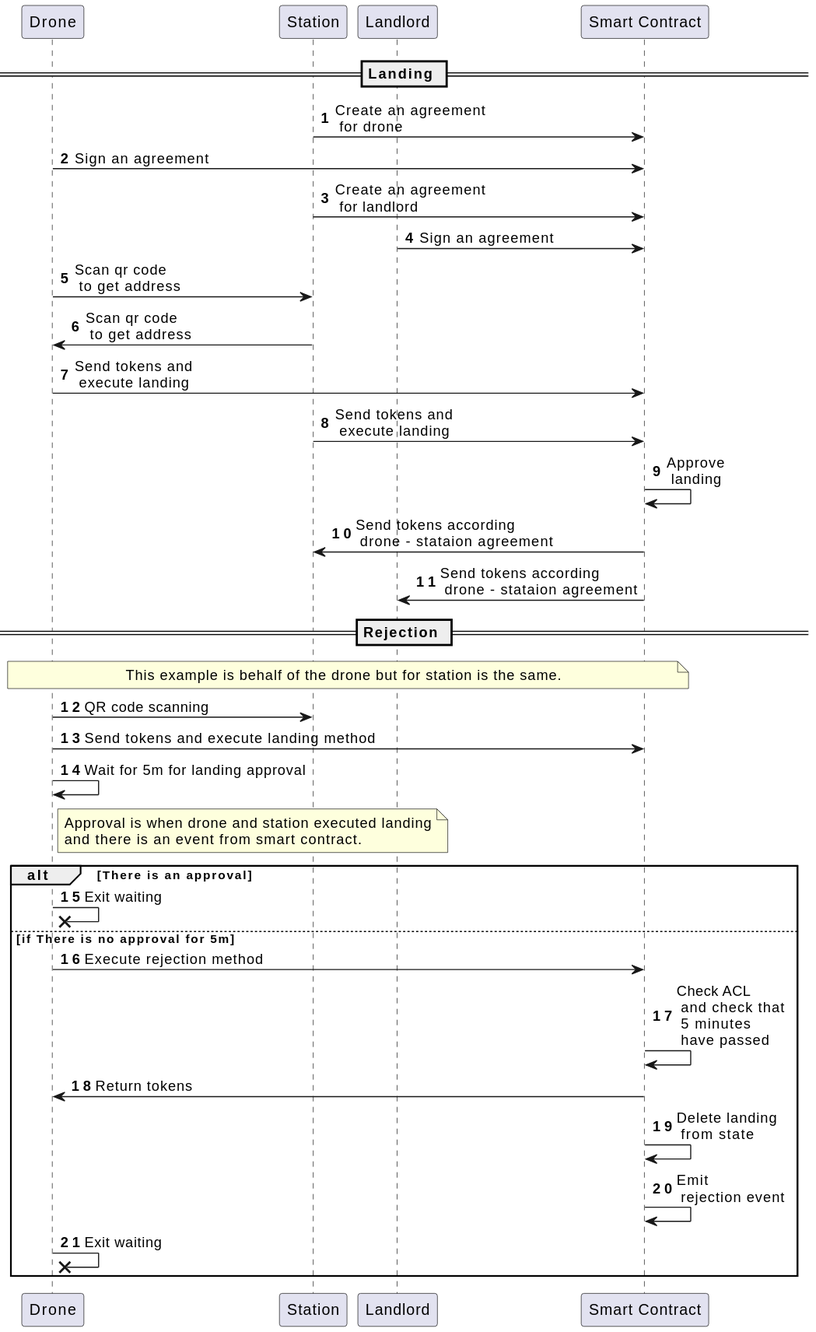
The PlantUML diagram docs/render/GroundCycle.svg in staex-io/rise-next, before a commit.
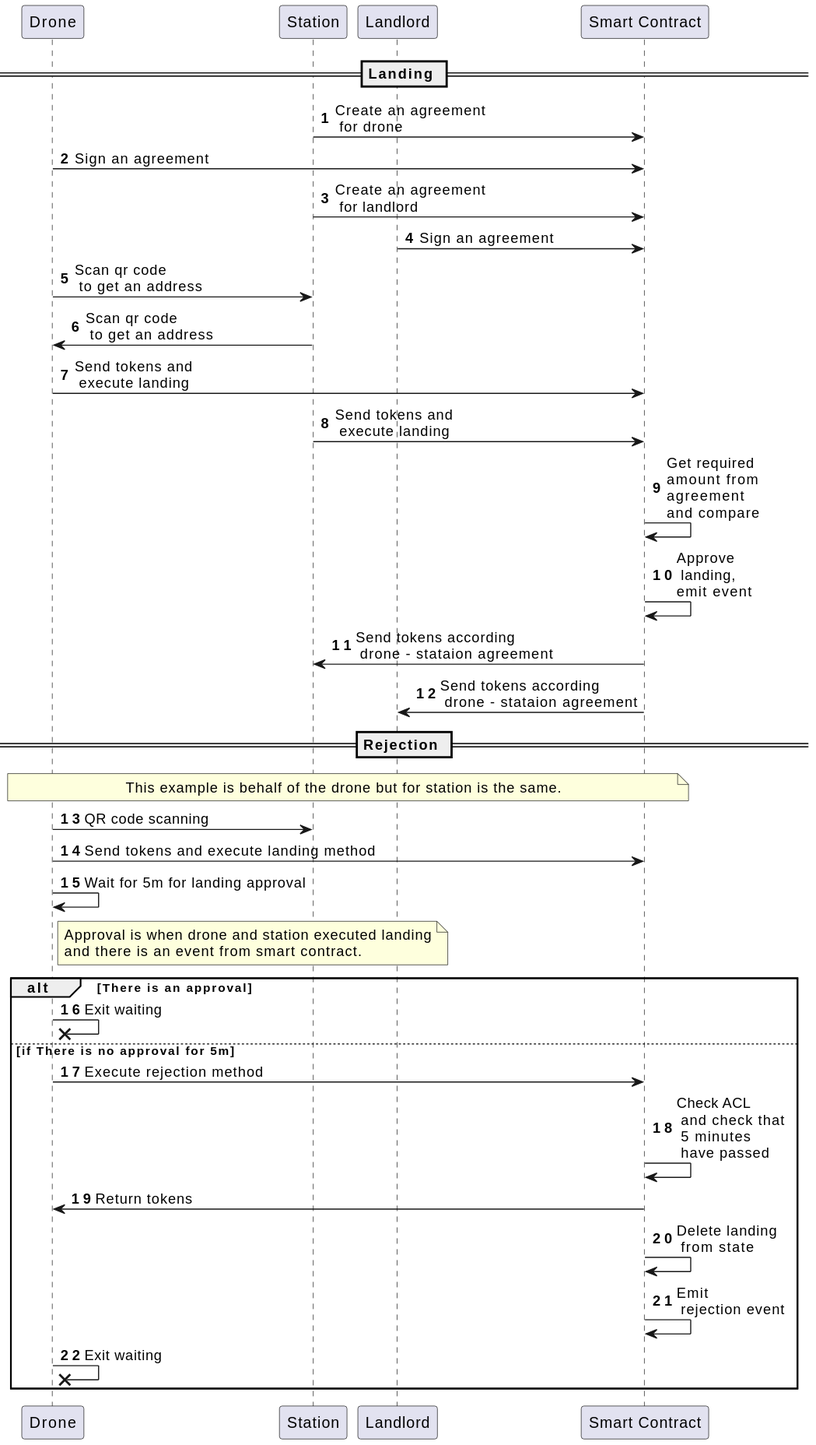
After the change.

What changed in the source:
```diff
@@ -13,12 +13,13 @@
 station -> sc: Create an agreement\n for landlord
 landlord -> sc: Sign an agreement
 
-drone -> station: Scan qr code\n to get address
-station -> drone: Scan qr code\n to get address
+drone -> station: Scan qr code\n to get an address
+station -> drone: Scan qr code\n to get an address
 drone -> sc: Send tokens and\n execute landing
 station -> sc: Send tokens and\n execute landing
+sc -> sc: Get required\namount from\nagreement\nand compare
 
-sc -> sc: Approve\n landing
+sc -> sc: Approve\n landing,\nemit event
 sc -> station: Send tokens according\n drone - stataion agreement
 sc -> landlord: Send tokens according\n drone - stataion agreement
 
```
